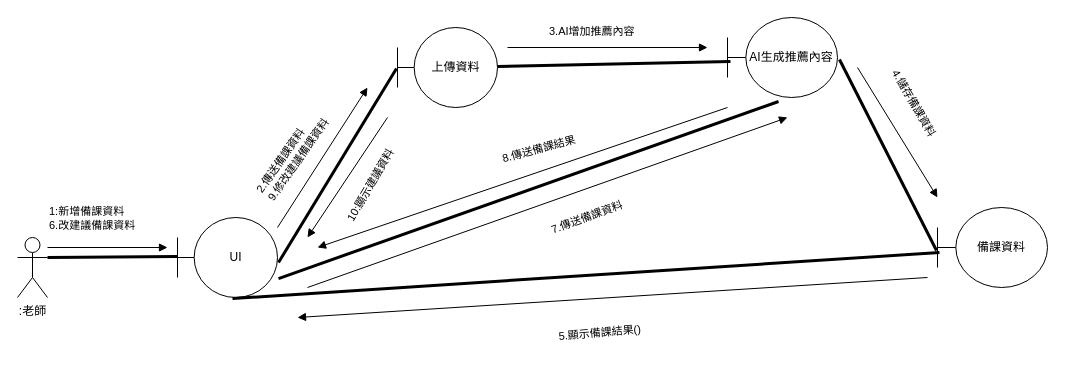
The draw.io diagram 溝通圖(建立備課資料並修改建議資料).drawio in Kevincheng0804/System-analysis, before the edit. Source tidied: cells renumbered, new cells numbered last; positions are measured from the earlier drawing's top-left corner, leaving out a move shared by most shapes. Both pictures are drawn from the tidied source at 100%, with x=0, y=0 at pixel (17, 17).
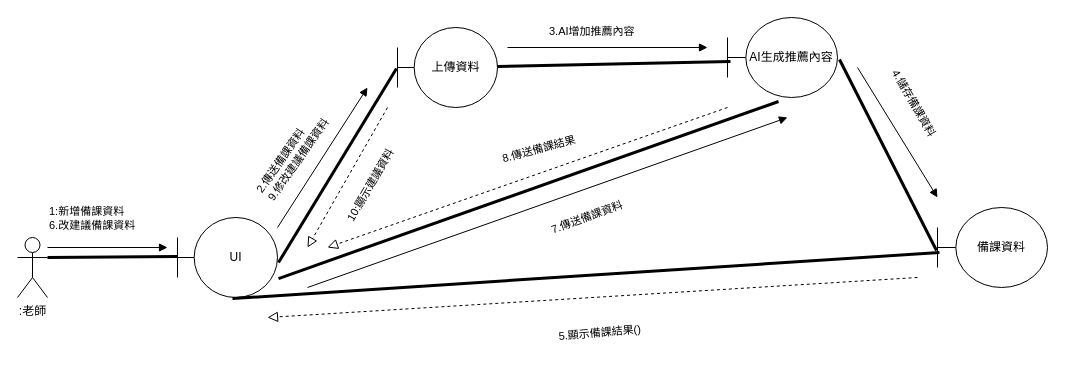
The same diagram, later.

The edit, as a diff of the source:
```diff
@@
-    <mxCell id="15" style="html=1;verticalAlign=bottom;labelBackgroundColor=none;endArrow=block;endFill=1;rounded=0;" parent="1" edge="1">
-      <mxGeometry relative="1" as="geometry">
-        <mxPoint x="370" y="100" as="sourcePoint" />
-        <mxPoint x="290" y="220" as="targetPoint" />
-      </mxGeometry>
-    </mxCell>
@@
-    <mxCell id="17" style="html=1;verticalAlign=bottom;labelBackgroundColor=none;endArrow=block;endFill=1;rounded=0;" parent="1" edge="1">
-      <mxGeometry relative="1" as="geometry">
-        <mxPoint x="710" y="90" as="sourcePoint" />
-        <mxPoint x="300" y="230" as="targetPoint" />
-      </mxGeometry>
-    </mxCell>
@@
-    <mxCell id="19" style="html=1;verticalAlign=bottom;labelBackgroundColor=none;endArrow=block;endFill=1;rounded=0;" parent="1" edge="1">
-      <mxGeometry relative="1" as="geometry">
-        <mxPoint x="910" y="260" as="sourcePoint" />
-        <mxPoint x="280" y="300" as="targetPoint" />
-      </mxGeometry>
-    </mxCell>
@@
+    <mxCell id="29" style="endArrow=block;startArrow=none;endFill=0;startFill=0;endSize=8;html=1;verticalAlign=bottom;dashed=1;labelBackgroundColor=none;rounded=0;" parent="1" edge="1">
+      <mxGeometry relative="1" as="geometry">
+        <mxPoint x="900" y="260" as="sourcePoint" />
+        <mxPoint x="250" y="300" as="targetPoint" />
+      </mxGeometry>
+    </mxCell>
+    <mxCell id="30" style="endArrow=block;startArrow=none;endFill=0;startFill=0;endSize=8;html=1;verticalAlign=bottom;dashed=1;labelBackgroundColor=none;rounded=0;" parent="1" edge="1">
+      <mxGeometry relative="1" as="geometry">
+        <mxPoint x="710" y="90" as="sourcePoint" />
+        <mxPoint x="310" y="230" as="targetPoint" />
+      </mxGeometry>
+    </mxCell>
+    <mxCell id="31" style="endArrow=block;startArrow=none;endFill=0;startFill=0;endSize=8;html=1;verticalAlign=bottom;dashed=1;labelBackgroundColor=none;rounded=0;" parent="1" edge="1">
+      <mxGeometry relative="1" as="geometry">
+        <mxPoint x="370" y="90" as="sourcePoint" />
+        <mxPoint x="290" y="230" as="targetPoint" />
+      </mxGeometry>
+    </mxCell>
```
